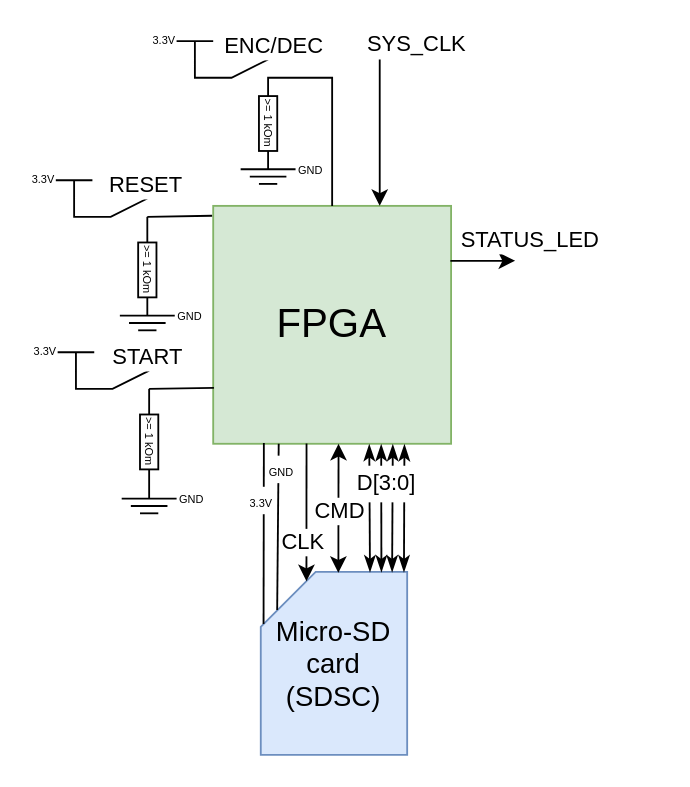
Before: docs/Ghost_SD_system.drawio in sirazenkov/GhostSD, a draw.io diagram. Source tidied: cells renumbered, new cells numbered last; positions are measured from the earlier drawing's top-left corner, leaving out a move shared by most shapes. Both pictures are drawn from the tidied source at 183%, with x=0, y=0 at pixel (55, 40).
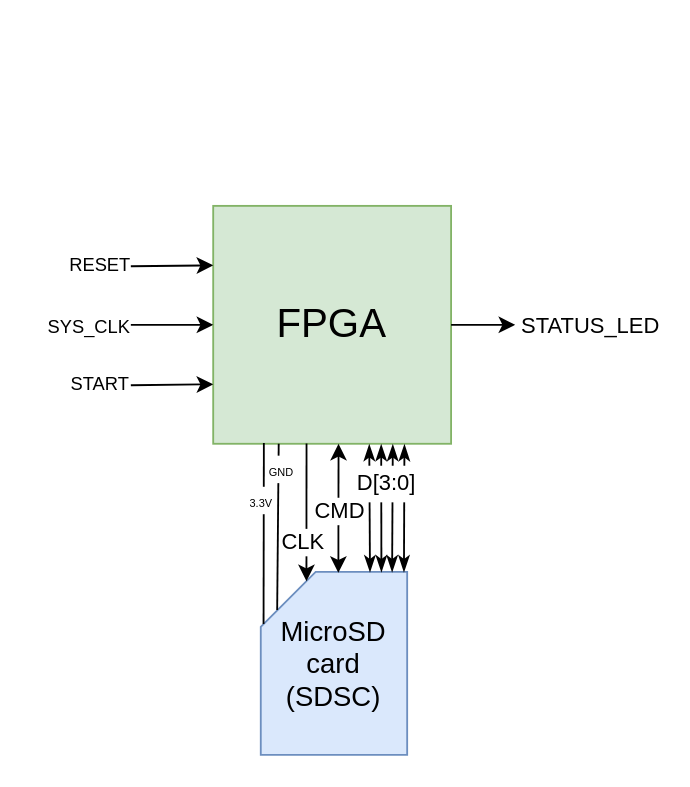
The same page after the edit.

Commit message (it also covers changes not shown here):
Updated docs: simplify whole system and sd FSM states

The change refers to these unchanged cells:
```xml
<mxCell id="3" value="&lt;font style=&quot;font-size: 22px;&quot;&gt;FPGA&lt;/font&gt;" style="whiteSpace=wrap;html=1;fillColor=#d5e8d4;strokeColor=#82b366;" parent="1" vertex="1">
  <mxGeometry x="86" y="90" width="130" height="130" as="geometry" />
</mxCell>
```

Change to the diagram source:
```diff
@@
-    <mxCell id="2" value="&lt;font style=&quot;font-size: 15px;&quot;&gt;Micro-SD card (SDSC)&lt;/font&gt;" style="shape=card;whiteSpace=wrap;html=1;fillColor=#dae8fc;strokeColor=#6c8ebf;" parent="1" vertex="1">
+    <mxCell id="2" value="&lt;font style=&quot;font-size: 15px;&quot;&gt;MicroSD card (SDSC)&lt;/font&gt;" style="shape=card;whiteSpace=wrap;html=1;fillColor=#dae8fc;strokeColor=#6c8ebf;" parent="1" vertex="1">
       <mxGeometry x="112" y="290" width="80" height="100" as="geometry" />
     </mxCell>
@@
-    <mxCell id="17" style="endArrow=none;html=1;rounded=0;fontSize=6;entryX=0.003;entryY=0.765;entryDx=0;entryDy=0;entryPerimeter=0;" parent="1" edge="1" target="3">
+    <mxCell id="17" style="endArrow=classic;html=1;rounded=0;fontSize=6;endFill=1;entryX=0;entryY=0.75;entryDx=0;entryDy=0;" parent="1" edge="1" target="3">
       <mxGeometry relative="1" as="geometry">
-        <mxPoint x="51" y="190" as="sourcePoint" />
+        <mxPoint x="41" y="188" as="sourcePoint" />
       </mxGeometry>
     </mxCell>
-    <mxCell id="18" style="endArrow=none;html=1;rounded=0;fontSize=6;" parent="1" edge="1">
-      <mxGeometry relative="1" as="geometry">
-        <mxPoint x="1" y="170" as="sourcePoint" />
-        <mxPoint x="51" y="180" as="targetPoint" />
-        <Array as="points">
-          <mxPoint x="21" y="170" />
-          <mxPoint x="11" y="170" />
-          <mxPoint x="11" y="190" />
-          <mxPoint x="31" y="190" />
-        </Array>
-      </mxGeometry>
-    </mxCell>
-    <mxCell id="19" value="3.3V" style="edgeLabel;html=1;align=center;verticalAlign=middle;fontSize=6;" parent="18" vertex="1">
-      <mxGeometry x="-0.87" y="1" relative="1" as="geometry">
-        <mxPoint x="-14" as="offset" />
-      </mxGeometry>
-    </mxCell>
-    <mxCell id="20" value="&lt;font style=&quot;font-size: 12px;&quot;&gt;START&lt;/font&gt;" style="edgeLabel;html=1;align=center;verticalAlign=middle;fontSize=6;" parent="18" vertex="1">
-      <mxGeometry x="0.85" y="1" relative="1" as="geometry">
-        <mxPoint x="6" y="-10" as="offset" />
+    <mxCell id="20" value="START" style="edgeLabel;html=1;align=center;verticalAlign=middle;fontSize=10;" parent="17" vertex="1">
+      <mxGeometry x="-0.41" y="1" relative="1" as="geometry">
+        <mxPoint x="-30" as="offset" />
       </mxGeometry>
     </mxCell>
-    <mxCell id="21" style="endArrow=none;html=1;rounded=0;fontSize=6;" parent="1" edge="1" target="22">
-      <mxGeometry relative="1" as="geometry">
-        <mxPoint x="51" y="190" as="sourcePoint" />
-      </mxGeometry>
-    </mxCell>
-    <mxCell id="22" value="&amp;gt;= 1 kOm" style="rounded=0;whiteSpace=wrap;html=1;fontSize=6;fillColor=default;rotation=90;" parent="1" vertex="1">
-      <mxGeometry x="36" y="214" width="30" height="10" as="geometry" />
-    </mxCell>
-    <mxCell id="23" style="endArrow=none;html=1;rounded=0;fontSize=6;entryX=1;entryY=0.5;entryDx=0;entryDy=0;" parent="1" edge="1" target="22">
-      <mxGeometry relative="1" as="geometry">
-        <mxPoint x="51" y="250" as="sourcePoint" />
-      </mxGeometry>
-    </mxCell>
-    <mxCell id="24" style="endArrow=none;html=1;rounded=0;fontSize=6;" parent="1" edge="1">
-      <mxGeometry relative="1" as="geometry">
-        <mxPoint x="36" y="250" as="sourcePoint" />
-        <mxPoint x="66" y="250" as="targetPoint" />
-      </mxGeometry>
-    </mxCell>
-    <mxCell id="25" value="GND" style="edgeLabel;html=1;align=center;verticalAlign=middle;fontSize=6;" parent="24" vertex="1">
-      <mxGeometry x="0.43" relative="1" as="geometry">
-        <mxPoint x="16" as="offset" />
-      </mxGeometry>
-    </mxCell>
-    <mxCell id="26" style="endArrow=none;html=1;rounded=0;fontSize=6;" parent="1" edge="1">
-      <mxGeometry relative="1" as="geometry">
-        <mxPoint x="41" y="254" as="sourcePoint" />
-        <mxPoint x="61" y="254" as="targetPoint" />
-      </mxGeometry>
-    </mxCell>
-    <mxCell id="27" style="endArrow=none;html=1;rounded=0;fontSize=6;" parent="1" edge="1">
-      <mxGeometry relative="1" as="geometry">
-        <mxPoint x="46" y="258" as="sourcePoint" />
-        <mxPoint x="56" y="258" as="targetPoint" />
-      </mxGeometry>
-    </mxCell>
-    <mxCell id="28" style="endArrow=none;html=1;rounded=0;fontSize=6;entryX=0.003;entryY=0.765;entryDx=0;entryDy=0;entryPerimeter=0;" parent="1" edge="1">
+    <mxCell id="28" style="endArrow=classic;html=1;rounded=0;fontSize=6;entryX=0;entryY=0.25;entryDx=0;entryDy=0;endFill=1;" parent="1" edge="1" target="3">
       <mxGeometry relative="1" as="geometry">
-        <mxPoint x="50" y="96" as="sourcePoint" />
-        <mxPoint x="85.4" y="95.4" as="targetPoint" />
+        <mxPoint x="41" y="123" as="sourcePoint" />
       </mxGeometry>
     </mxCell>
-    <mxCell id="29" style="endArrow=none;html=1;rounded=0;fontSize=6;" parent="1" edge="1">
-      <mxGeometry relative="1" as="geometry">
-        <mxPoint y="76" as="sourcePoint" />
-        <mxPoint x="50" y="86" as="targetPoint" />
-        <Array as="points">
-          <mxPoint x="20" y="76" />
-          <mxPoint x="10" y="76" />
-          <mxPoint x="10" y="96" />
-          <mxPoint x="30" y="96" />
-        </Array>
-      </mxGeometry>
-    </mxCell>
-    <mxCell id="30" value="3.3V" style="edgeLabel;html=1;align=center;verticalAlign=middle;fontSize=6;" parent="29" vertex="1">
-      <mxGeometry x="-0.87" y="1" relative="1" as="geometry">
-        <mxPoint x="-14" as="offset" />
-      </mxGeometry>
-    </mxCell>
-    <mxCell id="31" value="&lt;font style=&quot;font-size: 12px;&quot;&gt;RESET&lt;/font&gt;" style="edgeLabel;html=1;align=center;verticalAlign=middle;fontSize=6;" parent="29" vertex="1">
-      <mxGeometry x="0.85" y="1" relative="1" as="geometry">
-        <mxPoint x="6" y="-10" as="offset" />
+    <mxCell id="31" value="RESET" style="edgeLabel;html=1;align=center;verticalAlign=middle;fontSize=10;" parent="28" vertex="1">
+      <mxGeometry x="-0.66" y="1" relative="1" as="geometry">
+        <mxPoint x="-25" as="offset" />
       </mxGeometry>
     </mxCell>
-    <mxCell id="32" style="endArrow=none;html=1;rounded=0;fontSize=6;" parent="1" edge="1" target="33">
-      <mxGeometry relative="1" as="geometry">
-        <mxPoint x="50" y="96" as="sourcePoint" />
-      </mxGeometry>
-    </mxCell>
-    <mxCell id="33" value="&amp;gt;= 1 kOm" style="rounded=0;whiteSpace=wrap;html=1;fontSize=6;fillColor=default;rotation=90;" parent="1" vertex="1">
-      <mxGeometry x="35" y="120" width="30" height="10" as="geometry" />
-    </mxCell>
-    <mxCell id="34" style="endArrow=none;html=1;rounded=0;fontSize=6;entryX=1;entryY=0.5;entryDx=0;entryDy=0;" parent="1" edge="1" target="33">
-      <mxGeometry relative="1" as="geometry">
-        <mxPoint x="50" y="150" as="sourcePoint" />
-      </mxGeometry>
-    </mxCell>
-    <mxCell id="35" style="endArrow=none;html=1;rounded=0;fontSize=6;" parent="1" edge="1">
-      <mxGeometry relative="1" as="geometry">
-        <mxPoint x="35" y="150" as="sourcePoint" />
-        <mxPoint x="65" y="150" as="targetPoint" />
-      </mxGeometry>
-    </mxCell>
-    <mxCell id="36" value="GND" style="edgeLabel;html=1;align=center;verticalAlign=middle;fontSize=6;" parent="35" vertex="1">
-      <mxGeometry x="0.43" relative="1" as="geometry">
-        <mxPoint x="16" as="offset" />
-      </mxGeometry>
-    </mxCell>
-    <mxCell id="37" style="endArrow=none;html=1;rounded=0;fontSize=6;" parent="1" edge="1">
-      <mxGeometry relative="1" as="geometry">
-        <mxPoint x="40" y="154" as="sourcePoint" />
-        <mxPoint x="60" y="154" as="targetPoint" />
-      </mxGeometry>
-    </mxCell>
-    <mxCell id="38" style="endArrow=none;html=1;rounded=0;fontSize=6;" parent="1" edge="1">
-      <mxGeometry relative="1" as="geometry">
-        <mxPoint x="45" y="158" as="sourcePoint" />
-        <mxPoint x="55" y="158" as="targetPoint" />
-      </mxGeometry>
-    </mxCell>
-    <mxCell id="39" style="endArrow=classic;html=1;rounded=0;fontSize=6;exitX=0.997;exitY=0.231;exitDx=0;exitDy=0;exitPerimeter=0;" parent="1" edge="1" source="3">
+    <mxCell id="39" style="endArrow=classic;html=1;rounded=0;fontSize=6;exitX=1;exitY=0.5;exitDx=0;exitDy=0;" parent="1" edge="1" source="3">
       <mxGeometry relative="1" as="geometry">
-        <mxPoint x="251" y="120" as="targetPoint" />
+        <mxPoint x="251" y="155" as="targetPoint" />
       </mxGeometry>
     </mxCell>
     <mxCell id="40" value="&lt;font style=&quot;font-size: 12px;&quot;&gt;STATUS_LED&lt;/font&gt;" style="edgeLabel;html=1;align=center;verticalAlign=middle;fontSize=6;" parent="39" vertex="1">
       <mxGeometry x="0.7" relative="1" as="geometry">
-        <mxPoint x="13" y="-12" as="offset" />
+        <mxPoint x="45" as="offset" />
       </mxGeometry>
     </mxCell>
-    <mxCell id="41" style="endArrow=none;html=1;rounded=0;fontSize=6;entryX=0.5;entryY=0;entryDx=0;entryDy=0;exitX=0;exitY=0.5;exitDx=0;exitDy=0;" parent="1" edge="1" source="45" target="3">
-      <mxGeometry relative="1" as="geometry">
-        <Array as="points">
-          <mxPoint x="116" y="20" />
-          <mxPoint x="151" y="20" />
-        </Array>
-      </mxGeometry>
-    </mxCell>
-    <mxCell id="42" style="endArrow=none;html=1;rounded=0;fontSize=6;" parent="1" edge="1">
-      <mxGeometry relative="1" as="geometry">
-        <mxPoint x="66" as="sourcePoint" />
-        <mxPoint x="116" y="10" as="targetPoint" />
-        <Array as="points">
-          <mxPoint x="86" />
-          <mxPoint x="76" />
-          <mxPoint x="76" y="20" />
-          <mxPoint x="96" y="20" />
-        </Array>
-      </mxGeometry>
-    </mxCell>
-    <mxCell id="43" value="3.3V" style="edgeLabel;html=1;align=center;verticalAlign=middle;fontSize=6;" parent="42" vertex="1">
-      <mxGeometry x="-0.87" y="1" relative="1" as="geometry">
-        <mxPoint x="-14" as="offset" />
-      </mxGeometry>
-    </mxCell>
-    <mxCell id="44" value="&lt;font style=&quot;font-size: 12px;&quot;&gt;ENC/DEC&lt;/font&gt;" style="edgeLabel;html=1;align=center;verticalAlign=middle;fontSize=6;" parent="42" vertex="1">
-      <mxGeometry x="0.85" y="1" relative="1" as="geometry">
-        <mxPoint x="10" y="-10" as="offset" />
-      </mxGeometry>
-    </mxCell>
-    <mxCell id="45" value="&amp;gt;= 1 kOm" style="rounded=0;whiteSpace=wrap;html=1;fontSize=6;fillColor=default;rotation=90;" parent="1" vertex="1">
-      <mxGeometry x="101" y="40" width="30" height="10" as="geometry" />
-    </mxCell>
-    <mxCell id="46" style="endArrow=none;html=1;rounded=0;fontSize=6;entryX=1;entryY=0.5;entryDx=0;entryDy=0;" parent="1" edge="1" target="45">
-      <mxGeometry relative="1" as="geometry">
-        <mxPoint x="116" y="70" as="sourcePoint" />
-      </mxGeometry>
-    </mxCell>
-    <mxCell id="47" style="endArrow=none;html=1;rounded=0;fontSize=6;" parent="1" edge="1">
-      <mxGeometry relative="1" as="geometry">
-        <mxPoint x="101" y="70" as="sourcePoint" />
-        <mxPoint x="131" y="70" as="targetPoint" />
-      </mxGeometry>
-    </mxCell>
-    <mxCell id="48" value="GND" style="edgeLabel;html=1;align=center;verticalAlign=middle;fontSize=6;" parent="47" vertex="1">
-      <mxGeometry x="0.43" relative="1" as="geometry">
-        <mxPoint x="16" as="offset" />
-      </mxGeometry>
-    </mxCell>
-    <mxCell id="49" style="endArrow=none;html=1;rounded=0;fontSize=6;" parent="1" edge="1">
-      <mxGeometry relative="1" as="geometry">
-        <mxPoint x="106" y="74" as="sourcePoint" />
-        <mxPoint x="126" y="74" as="targetPoint" />
-      </mxGeometry>
-    </mxCell>
-    <mxCell id="50" style="endArrow=none;html=1;rounded=0;fontSize=6;" parent="1" edge="1">
-      <mxGeometry relative="1" as="geometry">
-        <mxPoint x="111" y="78" as="sourcePoint" />
-        <mxPoint x="121" y="78" as="targetPoint" />
-      </mxGeometry>
-    </mxCell>
-    <mxCell id="51" style="endArrow=classic;html=1;rounded=0;fontSize=12;fontColor=#0000FF;strokeColor=#000000;" parent="1" edge="1">
+    <mxCell id="51" style="endArrow=classic;html=1;rounded=0;fontSize=12;fontColor=#0000FF;strokeColor=#000000;entryX=0;entryY=0.5;entryDx=0;entryDy=0;" parent="1" edge="1" target="3">
       <mxGeometry relative="1" as="geometry">
-        <mxPoint x="177" y="10" as="sourcePoint" />
-        <mxPoint x="177" y="90" as="targetPoint" />
+        <mxPoint x="41" y="155" as="sourcePoint" />
       </mxGeometry>
     </mxCell>
-    <mxCell id="52" value="&lt;font color=&quot;#000000&quot;&gt;SYS_CLK&lt;/font&gt;" style="edgeLabel;html=1;align=center;verticalAlign=middle;fontSize=12;fontColor=#0000FF;" parent="51" vertex="1">
+    <mxCell id="52" value="&lt;font style=&quot;font-size: 10px;&quot; color=&quot;#000000&quot;&gt;SYS_CLK&lt;/font&gt;" style="edgeLabel;html=1;align=center;verticalAlign=middle;fontSize=12;fontColor=#0000FF;" parent="51" vertex="1">
       <mxGeometry x="-0.92" y="-1" relative="1" as="geometry">
-        <mxPoint x="20" y="-12" as="offset" />
+        <mxPoint x="-26" y="-1" as="offset" />
       </mxGeometry>
     </mxCell>
```
